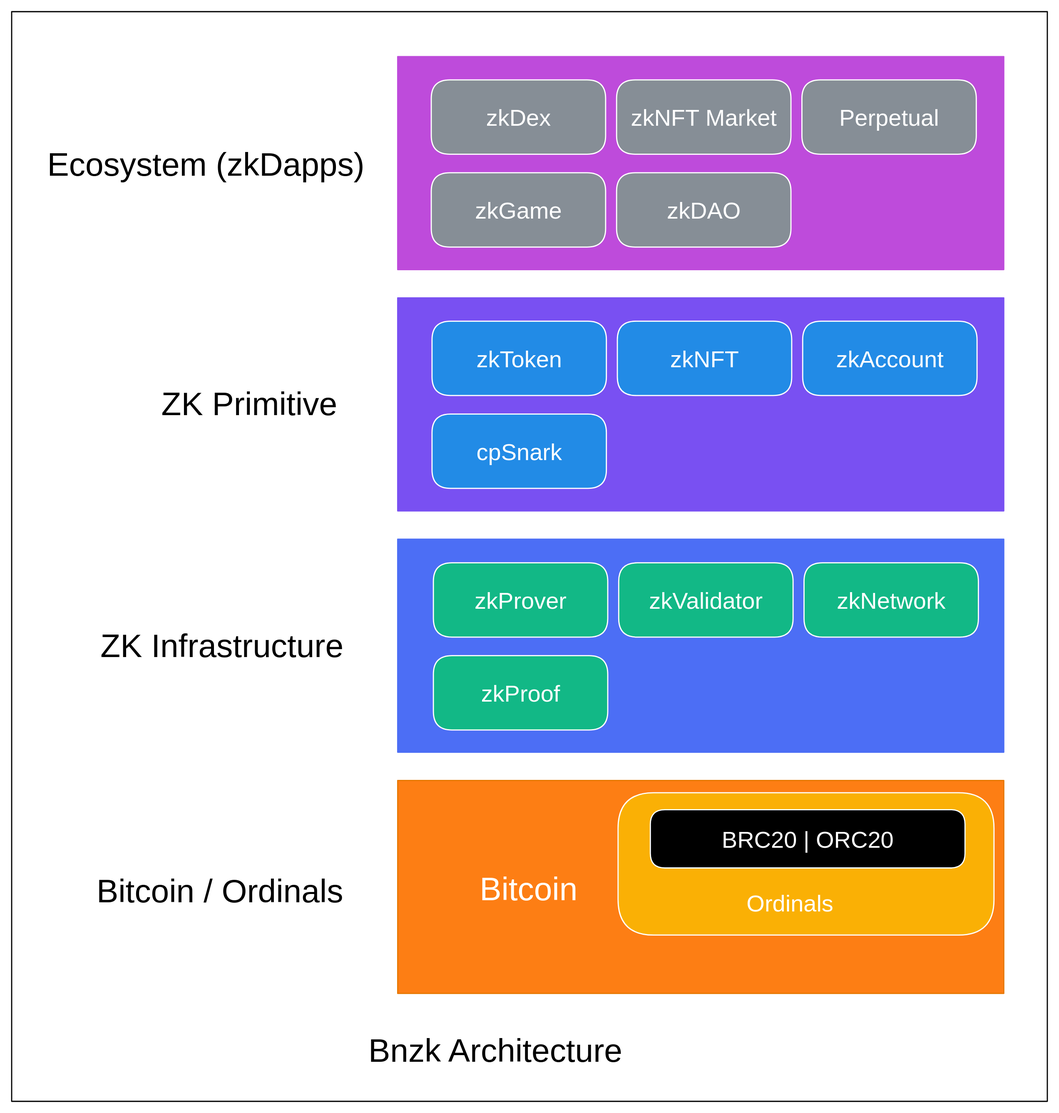
The Excalidraw diagram .gitbook/assets/file.excalidraw (1).svg in bnzk-labs/Bnzk-docs, before a commit. Source tidied: one line per element, renumbered; positions are measured from the earlier drawing's top-left corner, leaving out a move shared by most shapes.
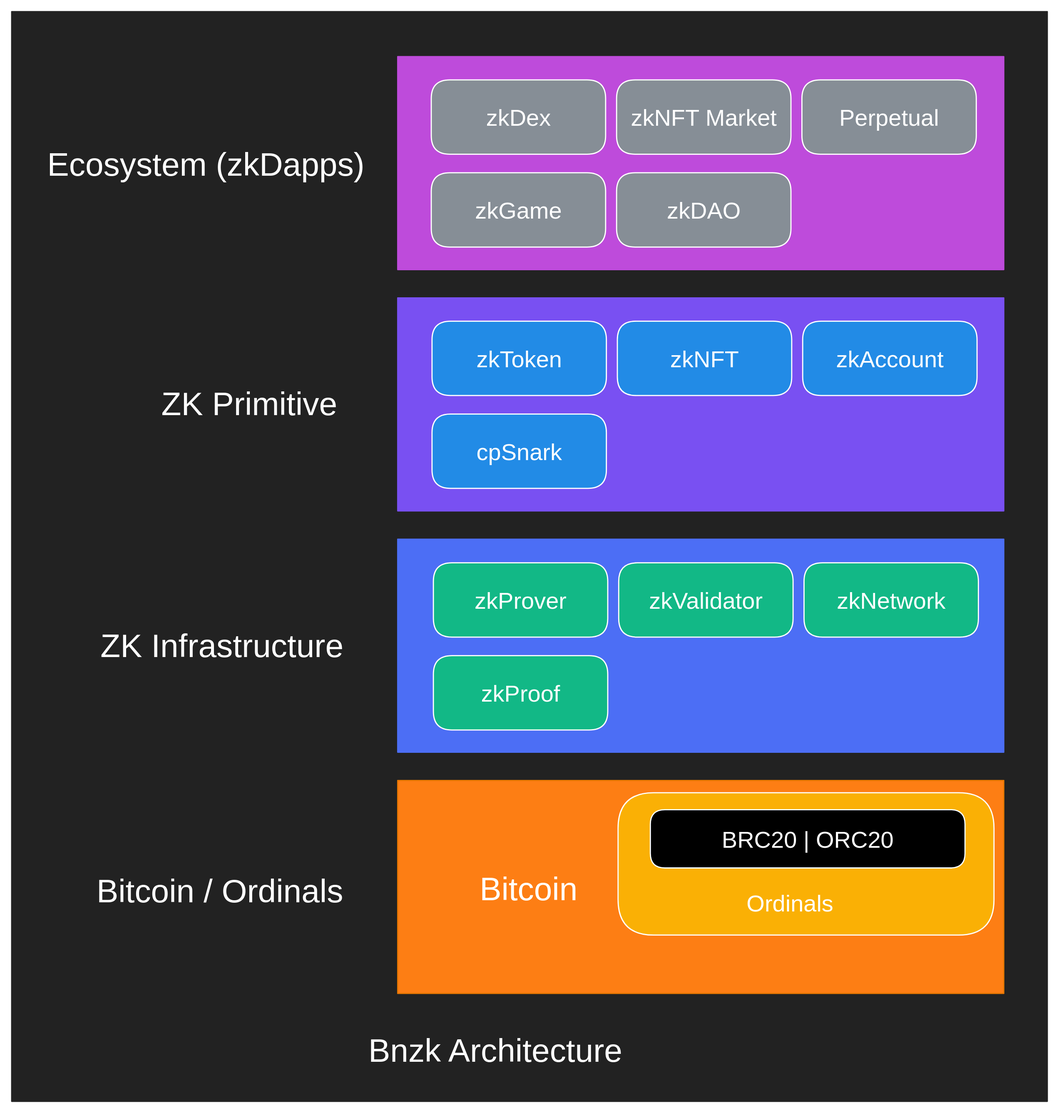
After the commit.

Commit message:
GITBOOK-29: change request with no subject merged in GitBook

The edit, as a diff of the source:
```diff
@@ -1,4 +1,4 @@
-{"id": 0, "type": "rectangle", "strokeColor": "#000000", "strokeWidth": 1, "roughness": 0, "x": 0, "y": 0, "width": 889, "height": 935}
+{"id": 0, "type": "rectangle", "strokeColor": "#222", "backgroundColor": "#222", "fillStyle": "solid", "strokeWidth": 1, "roughness": 0, "x": 0, "y": 0, "width": 889, "height": 935}
 {"id": 1, "type": "rectangle", "strokeColor": "#be4bdb", "backgroundColor": "#be4bdb", "fillStyle": "solid", "strokeWidth": 1, "roughness": 0, "x": 331, "y": 39, "width": 520, "height": 183}
 {"id": 2, "type": "rectangle", "strokeColor": "#7950f2", "backgroundColor": "#7950f2", "fillStyle": "solid", "strokeWidth": 1, "roughness": 0, "x": 331, "y": 246, "width": 520, "height": 183}
 {"id": 3, "type": "rectangle", "strokeColor": "#4c6ef5", "backgroundColor": "#4c6ef5", "fillStyle": "solid", "strokeWidth": 1, "roughness": 0, "x": 331, "y": 453, "width": 520, "height": 183}
@@ -34,8 +34,8 @@
 {"id": 33, "type": "rectangle", "strokeColor": "#fff", "backgroundColor": "#000", "fillStyle": "solid", "strokeWidth": 1, "roughness": 0, "round": true, "x": 548, "y": 685, "width": 270, "height": 50}
 {"id": 34, "type": "text", "text": "BRC20 | ORC20", "strokeColor": "#fff", "strokeWidth": 1, "roughness": 0, "fontSize": 20, "fontFamily": 2, "textAlign": "center", "verticalAlign": "middle", "inside": 33, "x": 609, "y": 698, "width": 149, "height": 23}
 {"id": 35, "type": "text", "text": "Ordinals", "strokeColor": "#fff", "backgroundColor": "#12b886", "fillStyle": "solid", "strokeWidth": 1, "roughness": 1, "fontSize": 20, "fontFamily": 2, "x": 631, "y": 753, "width": 76, "height": 23}
-{"id": 36, "type": "text", "text": "Ecosystem (zkDapps)", "strokeColor": "#000", "backgroundColor": "#868e96", "fillStyle": "solid", "strokeWidth": 1, "roughness": 1, "fontSize": 28, "fontFamily": 2, "x": 31, "y": 115, "width": 274, "height": 32}
+{"id": 36, "type": "text", "text": "Ecosystem (zkDapps)", "strokeColor": "#fff", "backgroundColor": "#868e96", "fillStyle": "solid", "strokeWidth": 1, "roughness": 1, "fontSize": 28, "fontFamily": 2, "x": 31, "y": 115, "width": 274, "height": 32}
-{"id": 37, "type": "text", "text": "ZK Primitive", "strokeColor": "#000", "backgroundColor": "#868e96", "fillStyle": "solid", "strokeWidth": 1, "roughness": 1, "fontSize": 28, "fontFamily": 2, "x": 128, "y": 320, "width": 153, "height": 32}
+{"id": 37, "type": "text", "text": "ZK Primitive", "strokeColor": "#fff", "backgroundColor": "#868e96", "fillStyle": "solid", "strokeWidth": 1, "roughness": 1, "fontSize": 28, "fontFamily": 2, "x": 128, "y": 320, "width": 153, "height": 32}
-{"id": 38, "type": "text", "text": "ZK Infrastructure", "strokeColor": "#000", "backgroundColor": "#868e96", "fillStyle": "solid", "strokeWidth": 1, "roughness": 1, "fontSize": 28, "fontFamily": 2, "x": 76, "y": 528, "width": 211, "height": 32}
+{"id": 38, "type": "text", "text": "ZK Infrastructure", "strokeColor": "#fff", "backgroundColor": "#868e96", "fillStyle": "solid", "strokeWidth": 1, "roughness": 1, "fontSize": 28, "fontFamily": 2, "x": 76, "y": 528, "width": 211, "height": 32}
-{"id": 39, "type": "text", "text": "Bitcoin / Ordinals", "strokeColor": "#000", "backgroundColor": "#868e96", "fillStyle": "solid", "strokeWidth": 1, "roughness": 1, "fontSize": 28, "fontFamily": 2, "x": 73, "y": 738, "width": 214, "height": 32}
+{"id": 39, "type": "text", "text": "Bitcoin / Ordinals", "strokeColor": "#fff", "backgroundColor": "#868e96", "fillStyle": "solid", "strokeWidth": 1, "roughness": 1, "fontSize": 28, "fontFamily": 2, "x": 73, "y": 738, "width": 214, "height": 32}
-{"id": 40, "type": "text", "text": "Bnzk Architecture", "strokeColor": "#000", "backgroundColor": "#868e96", "fillStyle": "solid", "strokeWidth": 1, "roughness": 1, "fontSize": 28, "fontFamily": 2, "x": 306, "y": 875, "width": 220, "height": 32}
+{"id": 40, "type": "text", "text": "Bnzk Architecture", "strokeColor": "#fff", "backgroundColor": "#868e96", "fillStyle": "solid", "strokeWidth": 1, "roughness": 1, "fontSize": 28, "fontFamily": 2, "x": 306, "y": 875, "width": 220, "height": 32}
```
